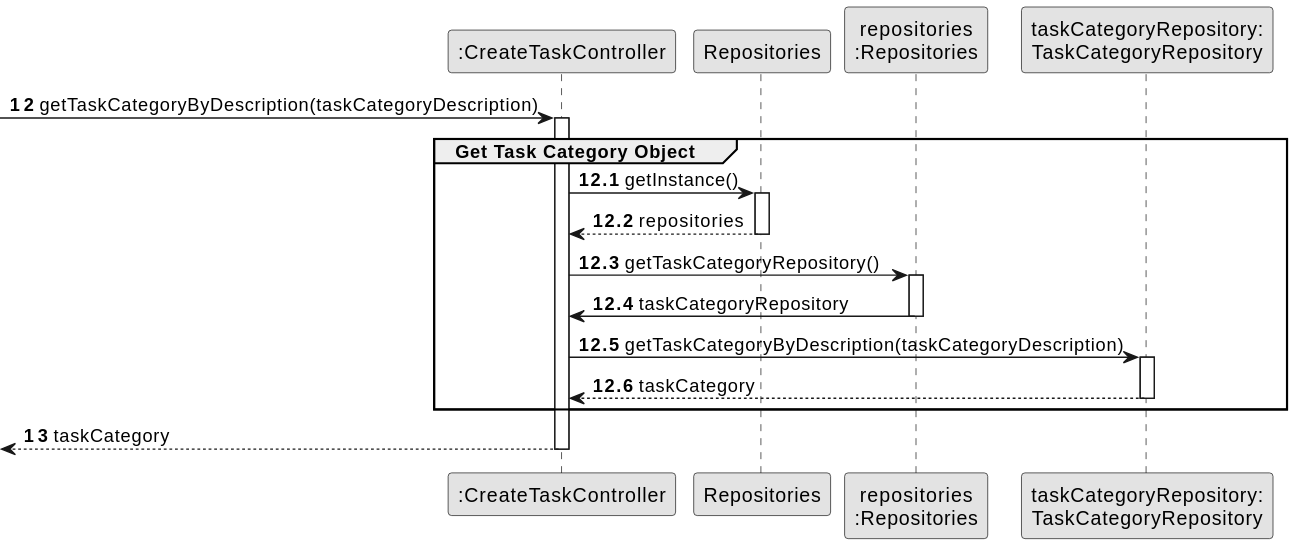
This is docs/system-documentation/US002/03.design/svg/US006-SD-partial-get-task-category.svg from bruno-monteiro5/sem2-pi-24.25-g132-repo, a PlantUML export, as it was before one commit. Its diagram source:
```plantuml
@startuml
skinparam monochrome true
skinparam packageStyle rectangle
skinparam shadowing false

participant ":CreateTaskController" as CTRL
participant "Repositories" as REPOS
participant "repositories\n:Repositories" as REPOS_SINGLETON
participant "taskCategoryRepository:\nTaskCategoryRepository" as TASK_CAT_REPO

autonumber 12
-> CTRL : getTaskCategoryByDescription(taskCategoryDescription)

autonumber 12.1

activate CTRL
    group Get Task Category Object
        CTRL -> REPOS : getInstance()
        activate REPOS
            REPOS --> CTRL: repositories
        deactivate REPOS

        CTRL -> REPOS_SINGLETON : getTaskCategoryRepository()
        activate REPOS_SINGLETON
            REPOS_SINGLETON -> CTRL : taskCategoryRepository
        deactivate REPOS_SINGLETON

        CTRL -> TASK_CAT_REPO : getTaskCategoryByDescription(taskCategoryDescription)
        activate TASK_CAT_REPO
            TASK_CAT_REPO --> CTRL : taskCategory
        deactivate TASK_CAT_REPO

    end group

    autonumber 13
    <-- CTRL : taskCategory

deactivate CTRL
@enduml
```
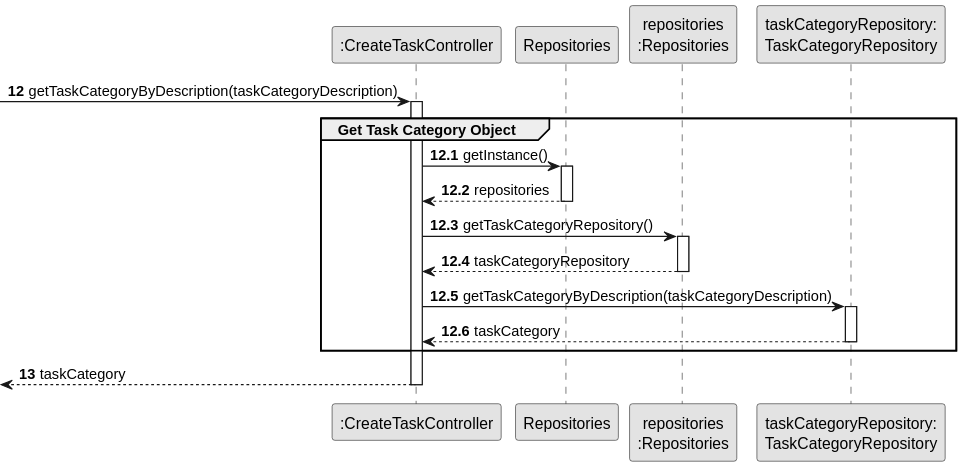
Above is the later version.

Change to the diagram source:
```diff
@@ -12,28 +12,26 @@
 -> CTRL : getTaskCategoryByDescription(taskCategoryDescription)
 
 autonumber 12.1
+activate CTRL
 
-activate CTRL
     group Get Task Category Object
         CTRL -> REPOS : getInstance()
         activate REPOS
-            REPOS --> CTRL: repositories
+            REPOS --> CTRL : repositories
         deactivate REPOS
 
         CTRL -> REPOS_SINGLETON : getTaskCategoryRepository()
         activate REPOS_SINGLETON
-            REPOS_SINGLETON -> CTRL : taskCategoryRepository
+            REPOS_SINGLETON --> CTRL : taskCategoryRepository
         deactivate REPOS_SINGLETON
 
         CTRL -> TASK_CAT_REPO : getTaskCategoryByDescription(taskCategoryDescription)
         activate TASK_CAT_REPO
             TASK_CAT_REPO --> CTRL : taskCategory
         deactivate TASK_CAT_REPO
+    end
 
-    end group
-
-    autonumber 13
-    <-- CTRL : taskCategory
-
+autonumber 13
+<-- CTRL : taskCategory
 deactivate CTRL
 @enduml
```
